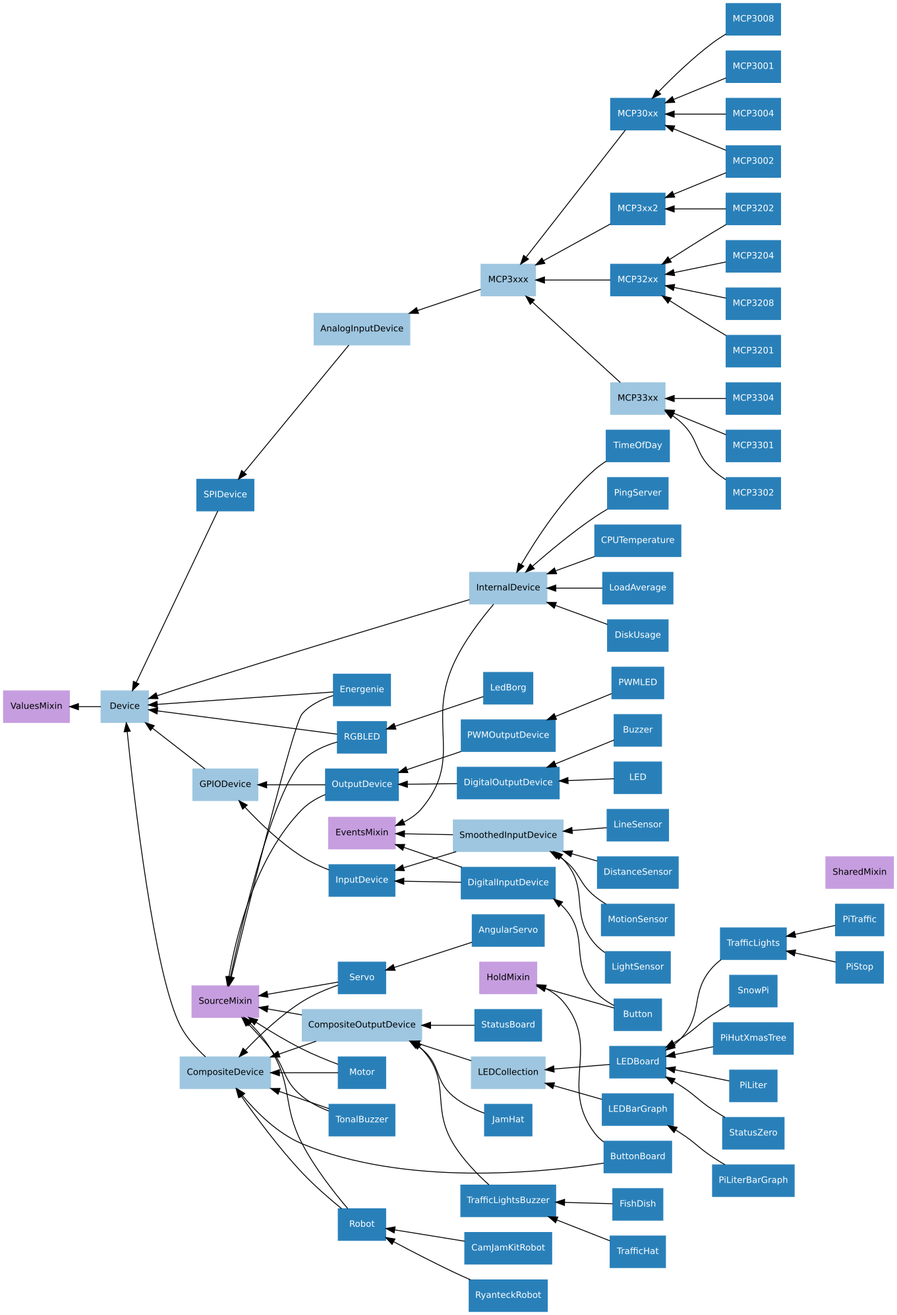
Before: docs/images/device_hierarchy.png, a diagram exported from Graphviz (gpiozero/gpiozero). Its source is kept beside it as docs/images/device_hierarchy.dot.
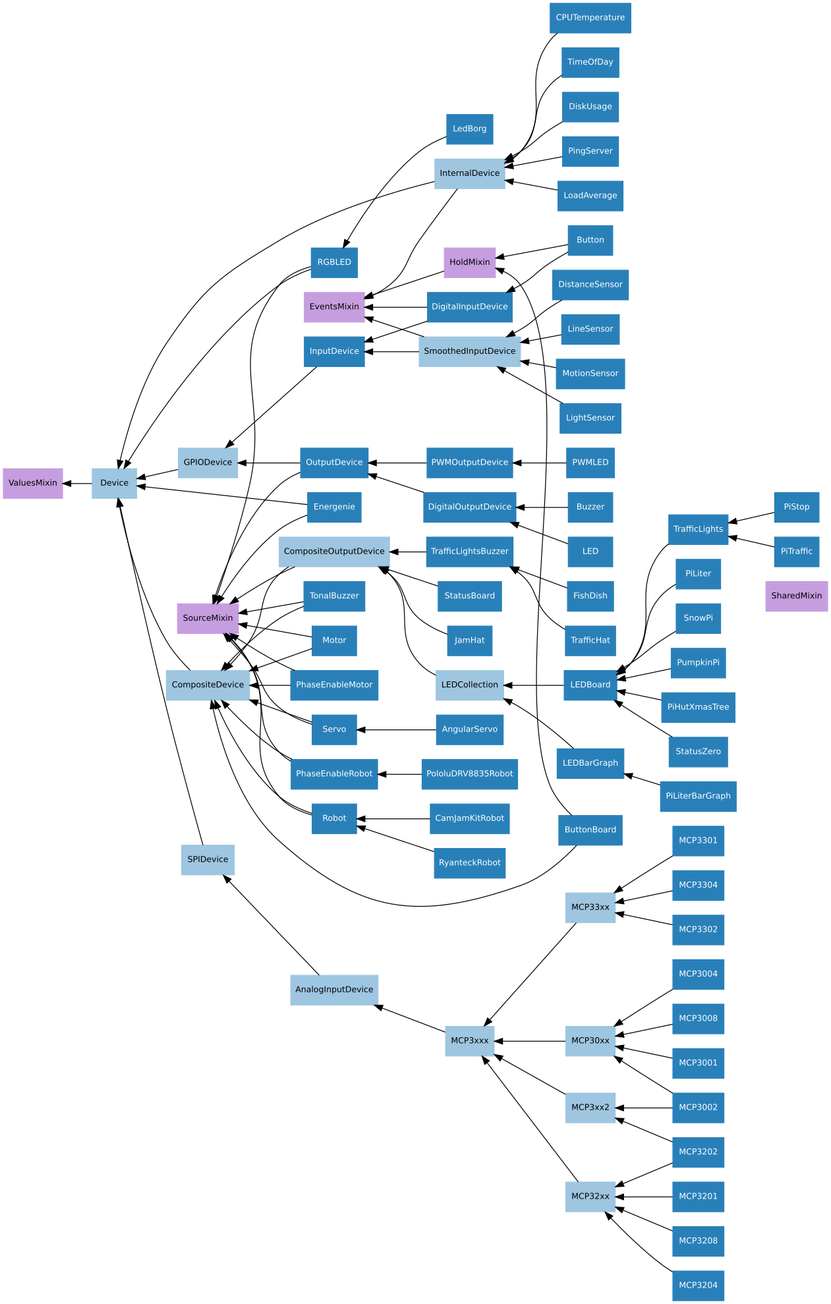
Above is the later version.

Change to the diagram source:
```diff
@@ -1,5 +1,3 @@
-/* vim: set et sw=4 sts=4: */
-
 digraph classes {
     graph [rankdir=RL];
     node [shape=rect, style=filled, fontname=Sans, fontsize=10];
@@ -8,118 +6,122 @@
     /* Mixin classes */
     node [color="#c69ee0", fontcolor="#000000"]
 
+    SharedMixin;
+    HoldMixin;
     ValuesMixin;
+    EventsMixin;
     SourceMixin;
-    SharedMixin;
-    EventsMixin;
-    HoldMixin;
 
     /* Abstract classes */
     node [color="#9ec6e0", fontcolor="#000000"]
 
+    MCP33xx;
     Device;
     GPIODevice;
-
+    SPIDevice;
+    MCP3xxx;
+    MCP30xx;
+    MCP32xx;
+    CompositeDevice;
+    AnalogInputDevice;
     SmoothedInputDevice;
-    AnalogInputDevice;
-    MCP3xxx;
-    MCP33xx;
-    CompositeDevice;
+    LEDCollection;
+    MCP3xx2;
     CompositeOutputDevice;
-    LEDCollection;
     InternalDevice;
-
-    GPIODevice->Device;
-    Device->ValuesMixin;
 
     /* Concrete classes */
     node [color="#2980b9", fontcolor="#ffffff"];
 
+    SPIDevice->Device;
+    TrafficLightsBuzzer->CompositeOutputDevice;
+    MCP3201->MCP32xx;
+    AngularServo->Servo;
+    CompositeOutputDevice->CompositeDevice;
+    CompositeOutputDevice->SourceMixin;
+    RGBLED->Device;
+    RGBLED->SourceMixin;
+    PhaseEnableMotor->CompositeDevice;
+    PhaseEnableMotor->SourceMixin;
+    MCP32xx->MCP3xxx;
+    PhaseEnableRobot->CompositeDevice;
+    PhaseEnableRobot->SourceMixin;
+    LightSensor->SmoothedInputDevice;
+    TrafficLights->LEDBoard;
+    LoadAverage->InternalDevice;
+    LEDBoard->LEDCollection;
+    LedBorg->RGBLED;
+    PiLiter->LEDBoard;
+    InternalDevice->EventsMixin;
+    InternalDevice->Device;
+    DistanceSensor->SmoothedInputDevice;
+    CPUTemperature->InternalDevice;
+    MCP33xx->MCP3xxx;
+    StatusBoard->CompositeOutputDevice;
+    PololuDRV8835Robot->PhaseEnableRobot;
+    FishDish->TrafficLightsBuzzer;
+    MCP3004->MCP30xx;
+    TimeOfDay->InternalDevice;
+    LED->DigitalOutputDevice;
+    DiskUsage->InternalDevice;
+    PWMOutputDevice->OutputDevice;
+    MCP3002->MCP30xx;
+    MCP3002->MCP3xx2;
+    MCP3208->MCP32xx;
+    MCP30xx->MCP3xxx;
+    MCP3301->MCP33xx;
+    Energenie->Device;
+    Energenie->SourceMixin;
+    CompositeDevice->Device;
+    SmoothedInputDevice->EventsMixin;
+    SmoothedInputDevice->InputDevice;
+    MCP3304->MCP33xx;
+    MCP3302->MCP33xx;
+    LEDCollection->CompositeOutputDevice;
+    SnowPi->LEDBoard;
+    PingServer->InternalDevice;
+    TrafficHat->TrafficLightsBuzzer;
+    PumpkinPi->LEDBoard;
+    Motor->CompositeDevice;
+    Motor->SourceMixin;
+    RyanteckRobot->Robot;
+    ButtonBoard->CompositeDevice;
+    ButtonBoard->HoldMixin;
+    Servo->CompositeDevice;
+    Servo->SourceMixin;
+    PWMLED->PWMOutputDevice;
+    JamHat->CompositeOutputDevice;
     InputDevice->GPIODevice;
+    LineSensor->SmoothedInputDevice;
+    OutputDevice->GPIODevice;
+    OutputDevice->SourceMixin;
+    DigitalInputDevice->EventsMixin;
     DigitalInputDevice->InputDevice;
-    DigitalInputDevice->EventsMixin;
-    SmoothedInputDevice->InputDevice;
-    SmoothedInputDevice->EventsMixin;
+    PiHutXmasTree->LEDBoard;
+    HoldMixin->EventsMixin;
+    MCP3204->MCP32xx;
+    LEDBarGraph->LEDCollection;
+    Device->ValuesMixin;
+    MCP3008->MCP30xx;
+    GPIODevice->Device;
     Button->DigitalInputDevice;
     Button->HoldMixin;
+    CamJamKitRobot->Robot;
+    DigitalOutputDevice->OutputDevice;
+    MCP3001->MCP30xx;
+    Robot->CompositeDevice;
+    Robot->SourceMixin;
+    PiStop->TrafficLights;
     MotionSensor->SmoothedInputDevice;
-    LightSensor->SmoothedInputDevice;
-    LineSensor->SmoothedInputDevice;
-    DistanceSensor->SmoothedInputDevice;
-
-    OutputDevice->GPIODevice;
-    OutputDevice->SourceMixin;
-    DigitalOutputDevice->OutputDevice;
-    LED->DigitalOutputDevice;
+    MCP3xxx->AnalogInputDevice;
+    PiTraffic->TrafficLights;
+    AnalogInputDevice->SPIDevice;
+    MCP3202->MCP3xx2;
+    MCP3202->MCP32xx;
+    TonalBuzzer->CompositeDevice;
+    TonalBuzzer->SourceMixin;
+    MCP3xx2->MCP3xxx;
     Buzzer->DigitalOutputDevice;
-    PWMOutputDevice->OutputDevice;
-    PWMLED->PWMOutputDevice;
-    RGBLED->Device;
-    RGBLED->SourceMixin;
-
-    SPIDevice->Device;
-    AnalogInputDevice->SPIDevice;
-    MCP3xxx->AnalogInputDevice;
-    MCP30xx->MCP3xxx;
-    MCP32xx->MCP3xxx;
-    MCP33xx->MCP3xxx;
-    MCP3xx2->MCP3xxx;
-
-    MCP3001->MCP30xx;
-    MCP3002->MCP30xx;
-    MCP3004->MCP30xx;
-    MCP3008->MCP30xx;
-    MCP3201->MCP32xx;
-    MCP3202->MCP32xx;
-    MCP3204->MCP32xx;
-    MCP3208->MCP32xx;
-    MCP3002->MCP3xx2;
-    MCP3202->MCP3xx2;
-    MCP3301->MCP33xx;
-    MCP3302->MCP33xx;
-    MCP3304->MCP33xx;
-
-    CompositeDevice->Device;
-    CompositeOutputDevice->CompositeDevice;
-    CompositeOutputDevice->SourceMixin;
-    LEDCollection->CompositeOutputDevice;
-    LEDBoard->LEDCollection;
-    LEDBarGraph->LEDCollection;
-    LedBorg->RGBLED;
-    ButtonBoard->CompositeDevice;
-    ButtonBoard->HoldMixin;
-    PiLiter->LEDBoard;
     PiLiterBarGraph->LEDBarGraph;
     StatusZero->LEDBoard;
-    TrafficLights->LEDBoard;
-    SnowPi->LEDBoard;
-    PiHutXmasTree->LEDBoard;
-    PiTraffic->TrafficLights;
-    PiStop->TrafficLights;
-    TrafficLightsBuzzer->CompositeOutputDevice;
-    StatusBoard->CompositeOutputDevice;
-    JamHat->CompositeOutputDevice;
-    FishDish->TrafficLightsBuzzer;
-    TrafficHat->TrafficLightsBuzzer;
-    Robot->CompositeDevice;
-    Robot->SourceMixin;
-    Energenie->Device;
-    Energenie->SourceMixin;
-    RyanteckRobot->Robot;
-    CamJamKitRobot->Robot;
-    Motor->CompositeDevice;
-    Motor->SourceMixin;
-    Servo->CompositeDevice;
-    Servo->SourceMixin;
-    TonalBuzzer->CompositeDevice;
-    TonalBuzzer->SourceMixin;
-    AngularServo->Servo;
-
-    InternalDevice->Device;
-    InternalDevice->EventsMixin;
-    TimeOfDay->InternalDevice;
-    PingServer->InternalDevice;
-    CPUTemperature->InternalDevice;
-    LoadAverage->InternalDevice;
-    DiskUsage->InternalDevice;
 }
```
